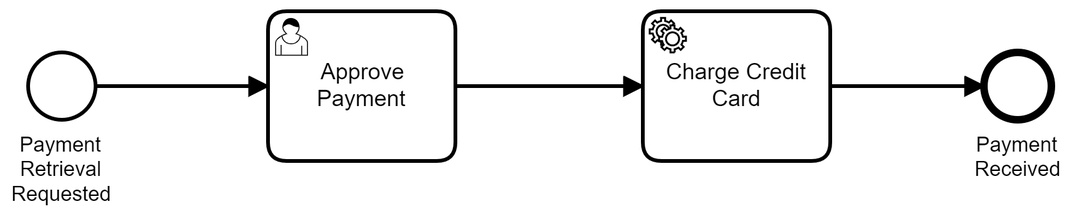
This is src/main/resources/Payment Retrieval.png from ravikumar9555564130/charge-card-worker, a BPMN export, as it was before one commit. Its source is kept beside it as src/main/resources/Payment Retrieval.bpmn. Ids are renumbered. Its diagram source:
```xml
<bpmn:definitions xmlns:bpmn="http://www.omg.org/spec/BPMN/20100524/MODEL" xmlns:bpmndi="http://www.omg.org/spec/BPMN/20100524/DI" xmlns:dc="http://www.omg.org/spec/DD/20100524/DC" xmlns:di="http://www.omg.org/spec/DD/20100524/DI" xmlns:camunda="http://camunda.org/schema/1.0/bpmn" id="Definitions_n1" targetNamespace="http://bpmn.io/schema/bpmn" exporter="Camunda Modeler" exporterVersion="4.0.0">
  <bpmn:process id="payment-retrieval" name="Payment Retrieval" isExecutable="true">
    <bpmn:startEvent id="StartEvent_1" name="Payment Retrieval Requested">
      <bpmn:outgoing>Flow_n2</bpmn:outgoing>
    </bpmn:startEvent>
    <bpmn:sequenceFlow id="Flow_n2" sourceRef="StartEvent_1" targetRef="Activity_n3" />
    <bpmn:serviceTask id="Charge-Credit-Card" name="Charge Credit Card" camunda:type="external" camunda:topic="charge-card">
      <bpmn:incoming>Flow_n4</bpmn:incoming>
      <bpmn:outgoing>Flow_n5</bpmn:outgoing>
    </bpmn:serviceTask>
    <bpmn:endEvent id="Event_n6" name="Payment Received">
      <bpmn:incoming>Flow_n5</bpmn:incoming>
    </bpmn:endEvent>
    <bpmn:sequenceFlow id="Flow_n5" sourceRef="Charge-Credit-Card" targetRef="Event_n6" />
    <bpmn:sequenceFlow id="Flow_n4" sourceRef="Activity_n3" targetRef="Charge-Credit-Card" />
    <bpmn:userTask id="Activity_n3" name="Approve Payment" camunda:assignee="demo">
      <bpmn:extensionElements>
        <camunda:formData>
          <camunda:formField id="amount" label="Amount" type="long" />
          <camunda:formField id="item" label="Item" type="string" />
          <camunda:formField id="name" label="Name" type="string" />
          <camunda:formField id="city" label="City" type="string" />
          <camunda:formField id="approved" label="Approved?" type="boolean" />
        </camunda:formData>
      </bpmn:extensionElements>
      <bpmn:incoming>Flow_n2</bpmn:incoming>
      <bpmn:outgoing>Flow_n4</bpmn:outgoing>
    </bpmn:userTask>
  </bpmn:process>
  <bpmndi:BPMNDiagram id="BPMNDiagram_1">
    <bpmndi:BPMNPlane id="BPMNPlane_1" bpmnElement="payment-retrieval">
      <bpmndi:BPMNEdge id="Flow_n5_di" bpmnElement="Flow_n5">
        <di:waypoint x="580" y="117" />
        <di:waypoint x="662" y="117" />
      </bpmndi:BPMNEdge>
      <bpmndi:BPMNEdge id="Flow_n2_di" bpmnElement="Flow_n2">
        <di:waypoint x="188" y="117" />
        <di:waypoint x="280" y="117" />
      </bpmndi:BPMNEdge>
      <bpmndi:BPMNEdge id="Flow_n4_di" bpmnElement="Flow_n4">
        <di:waypoint x="380" y="117" />
        <di:waypoint x="480" y="117" />
      </bpmndi:BPMNEdge>
      <bpmndi:BPMNShape id="_BPMNShape_StartEvent_2" bpmnElement="StartEvent_1">
        <dc:Bounds x="152" y="99" width="36" height="36" />
        <bpmndi:BPMNLabel>
          <dc:Bounds x="143" y="142" width="54" height="40" />
        </bpmndi:BPMNLabel>
      </bpmndi:BPMNShape>
      <bpmndi:BPMNShape id="Event_n6_di" bpmnElement="Event_n6">
        <dc:Bounds x="662" y="99" width="36" height="36" />
        <bpmndi:BPMNLabel>
          <dc:Bounds x="657" y="142" width="46" height="27" />
        </bpmndi:BPMNLabel>
      </bpmndi:BPMNShape>
      <bpmndi:BPMNShape id="Activity_05p5de6_di" bpmnElement="Charge-Credit-Card">
        <dc:Bounds x="480" y="77" width="100" height="80" />
      </bpmndi:BPMNShape>
      <bpmndi:BPMNShape id="Activity_0zcu7va_di" bpmnElement="Activity_n3">
        <dc:Bounds x="280" y="77" width="100" height="80" />
      </bpmndi:BPMNShape>
    </bpmndi:BPMNPlane>
  </bpmndi:BPMNDiagram>
</bpmn:definitions>
```
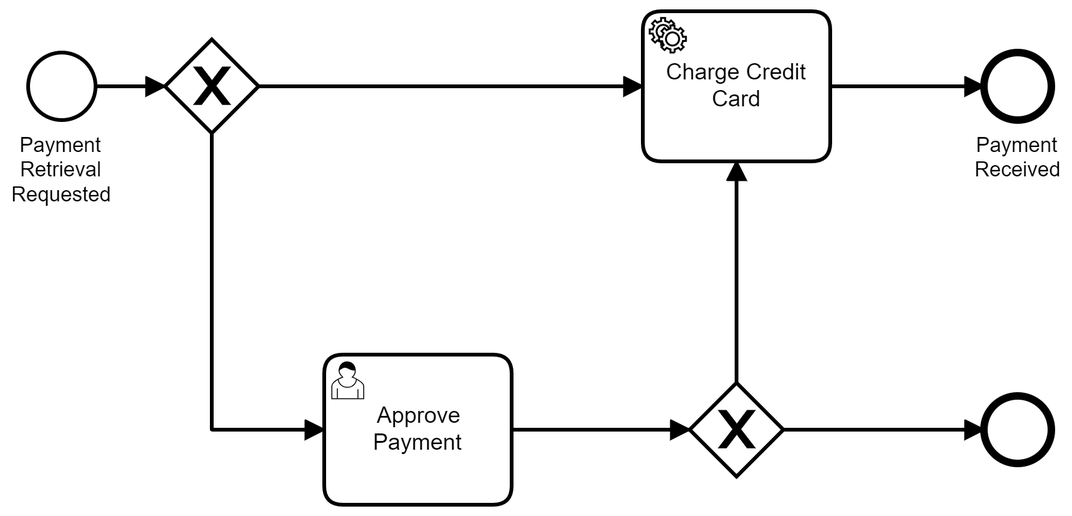
Above is the later version.

The edit, as a diff of the source:
```diff
@@ -3,16 +3,16 @@
     <bpmn:startEvent id="StartEvent_1" name="Payment Retrieval Requested">
       <bpmn:outgoing>Flow_n2</bpmn:outgoing>
     </bpmn:startEvent>
-    <bpmn:sequenceFlow id="Flow_n2" sourceRef="StartEvent_1" targetRef="Activity_n3" />
+    <bpmn:sequenceFlow id="Flow_n2" sourceRef="StartEvent_1" targetRef="Gateway_n7" />
     <bpmn:serviceTask id="Charge-Credit-Card" name="Charge Credit Card" camunda:type="external" camunda:topic="charge-card">
-      <bpmn:incoming>Flow_n4</bpmn:incoming>
+      <bpmn:incoming>Flow_n8</bpmn:incoming>
+      <bpmn:incoming>Flow_n9</bpmn:incoming>
       <bpmn:outgoing>Flow_n5</bpmn:outgoing>
     </bpmn:serviceTask>
     <bpmn:endEvent id="Event_n6" name="Payment Received">
       <bpmn:incoming>Flow_n5</bpmn:incoming>
     </bpmn:endEvent>
     <bpmn:sequenceFlow id="Flow_n5" sourceRef="Charge-Credit-Card" targetRef="Event_n6" />
-    <bpmn:sequenceFlow id="Flow_n4" sourceRef="Activity_n3" targetRef="Charge-Credit-Card" />
     <bpmn:userTask id="Activity_n3" name="Approve Payment" camunda:assignee="demo">
       <bpmn:extensionElements>
         <camunda:formData>
@@ -23,9 +23,27 @@
           <camunda:formField id="approved" label="Approved?" type="boolean" />
         </camunda:formData>
       </bpmn:extensionElements>
+      <bpmn:incoming>Flow_n10</bpmn:incoming>
+      <bpmn:outgoing>Flow_n11</bpmn:outgoing>
+    </bpmn:userTask>
+    <bpmn:exclusiveGateway id="Gateway_n12">
+      <bpmn:incoming>Flow_n11</bpmn:incoming>
+      <bpmn:outgoing>Flow_n13</bpmn:outgoing>
+      <bpmn:outgoing>Flow_n8</bpmn:outgoing>
+    </bpmn:exclusiveGateway>
+    <bpmn:sequenceFlow id="Flow_n11" sourceRef="Activity_n3" targetRef="Gateway_n12" />
+    <bpmn:endEvent id="Event_n14">
+      <bpmn:incoming>Flow_n13</bpmn:incoming>
+    </bpmn:endEvent>
+    <bpmn:sequenceFlow id="Flow_n13" sourceRef="Gateway_n12" targetRef="Event_n14" />
+    <bpmn:sequenceFlow id="Flow_n8" sourceRef="Gateway_n12" targetRef="Charge-Credit-Card" />
+    <bpmn:exclusiveGateway id="Gateway_n7">
       <bpmn:incoming>Flow_n2</bpmn:incoming>
-      <bpmn:outgoing>Flow_n4</bpmn:outgoing>
-    </bpmn:userTask>
+      <bpmn:outgoing>Flow_n10</bpmn:outgoing>
+      <bpmn:outgoing>Flow_n9</bpmn:outgoing>
+    </bpmn:exclusiveGateway>
+    <bpmn:sequenceFlow id="Flow_n10" sourceRef="Gateway_n7" targetRef="Activity_n3" />
+    <bpmn:sequenceFlow id="Flow_n9" sourceRef="Gateway_n7" targetRef="Charge-Credit-Card" />
   </bpmn:process>
   <bpmndi:BPMNDiagram id="BPMNDiagram_1">
     <bpmndi:BPMNPlane id="BPMNPlane_1" bpmnElement="payment-retrieval">
@@ -35,10 +53,27 @@
       </bpmndi:BPMNEdge>
       <bpmndi:BPMNEdge id="Flow_n2_di" bpmnElement="Flow_n2">
         <di:waypoint x="188" y="117" />
-        <di:waypoint x="280" y="117" />
+        <di:waypoint x="225" y="117" />
       </bpmndi:BPMNEdge>
-      <bpmndi:BPMNEdge id="Flow_n4_di" bpmnElement="Flow_n4">
-        <di:waypoint x="380" y="117" />
+      <bpmndi:BPMNEdge id="Flow_n11_di" bpmnElement="Flow_n11">
+        <di:waypoint x="410" y="300" />
+        <di:waypoint x="505" y="300" />
+      </bpmndi:BPMNEdge>
+      <bpmndi:BPMNEdge id="Flow_n13_di" bpmnElement="Flow_n13">
+        <di:waypoint x="555" y="300" />
+        <di:waypoint x="662" y="300" />
+      </bpmndi:BPMNEdge>
+      <bpmndi:BPMNEdge id="Flow_n8_di" bpmnElement="Flow_n8">
+        <di:waypoint x="530" y="275" />
+        <di:waypoint x="530" y="157" />
+      </bpmndi:BPMNEdge>
+      <bpmndi:BPMNEdge id="Flow_n10_di" bpmnElement="Flow_n10">
+        <di:waypoint x="250" y="142" />
+        <di:waypoint x="250" y="300" />
+        <di:waypoint x="310" y="300" />
+      </bpmndi:BPMNEdge>
+      <bpmndi:BPMNEdge id="Flow_n9_di" bpmnElement="Flow_n9">
+        <di:waypoint x="275" y="117" />
         <di:waypoint x="480" y="117" />
       </bpmndi:BPMNEdge>
       <bpmndi:BPMNShape id="_BPMNShape_StartEvent_2" bpmnElement="StartEvent_1">
@@ -47,17 +82,26 @@
           <dc:Bounds x="143" y="142" width="54" height="40" />
         </bpmndi:BPMNLabel>
       </bpmndi:BPMNShape>
+      <bpmndi:BPMNShape id="Activity_05p5de6_di" bpmnElement="Charge-Credit-Card">
+        <dc:Bounds x="480" y="77" width="100" height="80" />
+      </bpmndi:BPMNShape>
       <bpmndi:BPMNShape id="Event_n6_di" bpmnElement="Event_n6">
         <dc:Bounds x="662" y="99" width="36" height="36" />
         <bpmndi:BPMNLabel>
           <dc:Bounds x="657" y="142" width="46" height="27" />
         </bpmndi:BPMNLabel>
       </bpmndi:BPMNShape>
-      <bpmndi:BPMNShape id="Activity_05p5de6_di" bpmnElement="Charge-Credit-Card">
-        <dc:Bounds x="480" y="77" width="100" height="80" />
+      <bpmndi:BPMNShape id="Gateway_n12_di" bpmnElement="Gateway_n12" isMarkerVisible="true">
+        <dc:Bounds x="505" y="275" width="50" height="50" />
+      </bpmndi:BPMNShape>
+      <bpmndi:BPMNShape id="Event_n14_di" bpmnElement="Event_n14">
+        <dc:Bounds x="662" y="282" width="36" height="36" />
       </bpmndi:BPMNShape>
       <bpmndi:BPMNShape id="Activity_0zcu7va_di" bpmnElement="Activity_n3">
-        <dc:Bounds x="280" y="77" width="100" height="80" />
+        <dc:Bounds x="310" y="260" width="100" height="80" />
+      </bpmndi:BPMNShape>
+      <bpmndi:BPMNShape id="Gateway_n7_di" bpmnElement="Gateway_n7" isMarkerVisible="true">
+        <dc:Bounds x="225" y="92" width="50" height="50" />
       </bpmndi:BPMNShape>
     </bpmndi:BPMNPlane>
   </bpmndi:BPMNDiagram>
```
